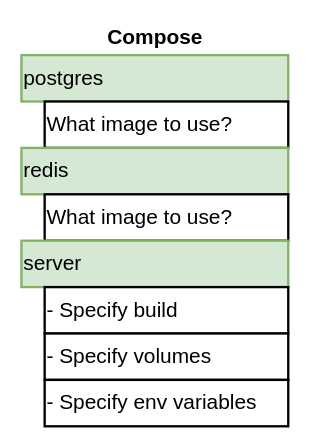
Earlier version of the draw.io diagram page "14 - compose" (13 of 18) of 07.Multi Container Deployment/diagrams.drawio (theAlpha06/Docker). Source tidied: cells renumbered, new cells numbered last; positions are measured from the earlier drawing's top-left corner, leaving out a move shared by most shapes. Both pictures are drawn from the tidied source at 116%, with x=0, y=0 at pixel (21, 20).
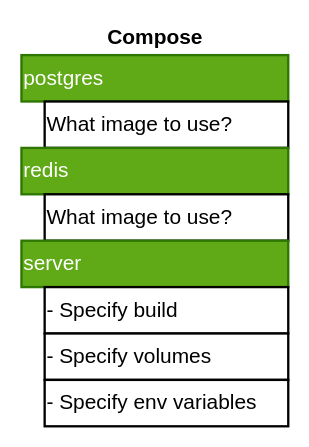
The same page after the edit.

Change to the diagram source:
```diff
@@
 <mxGraphModel background="#ffffff">
   <root>
     <mxCell id="0" />
     <mxCell id="1" parent="0" />
-    <mxCell id="2" value="postgres" style="rounded=0;whiteSpace=wrap;html=1;strokeWidth=2;fontSize=18;align=left;fillColor=#d5e8d4;strokeColor=#82b366;" parent="1" vertex="1">
+    <mxCell id="2" value="postgres" style="rounded=0;whiteSpace=wrap;html=1;strokeWidth=2;fontSize=18;align=left;fillColor=#60a917;strokeColor=#2D7600;fontColor=#ffffff;" parent="1" vertex="1">
       <mxGeometry y="30" width="230" height="40" as="geometry" />
     </mxCell>
     <mxCell id="3" value="Compose" style="text;html=1;strokeColor=none;fillColor=none;align=center;verticalAlign=middle;whiteSpace=wrap;rounded=0;fontSize=18;fontStyle=1;" parent="1" vertex="1">
       <mxGeometry x="62.5" width="105" height="30" as="geometry" />
     </mxCell>
     <mxCell id="4" value="What image to use?" style="rounded=0;whiteSpace=wrap;html=1;strokeWidth=2;fontSize=18;align=left;" parent="1" vertex="1">
       <mxGeometry x="20" y="70" width="210" height="40" as="geometry" />
     </mxCell>
-    <mxCell id="5" value="redis" style="rounded=0;whiteSpace=wrap;html=1;strokeWidth=2;fontSize=18;align=left;fillColor=#d5e8d4;strokeColor=#82b366;" parent="1" vertex="1">
+    <mxCell id="5" value="redis" style="rounded=0;whiteSpace=wrap;html=1;strokeWidth=2;fontSize=18;align=left;fillColor=#60a917;strokeColor=#2D7600;fontColor=#ffffff;" parent="1" vertex="1">
       <mxGeometry y="110" width="230" height="40" as="geometry" />
     </mxCell>
     <mxCell id="6" value="What image to use?" style="rounded=0;whiteSpace=wrap;html=1;strokeWidth=2;fontSize=18;align=left;" parent="1" vertex="1">
       <mxGeometry x="20" y="150" width="210" height="40" as="geometry" />
     </mxCell>
-    <mxCell id="7" value="server" style="rounded=0;whiteSpace=wrap;html=1;strokeWidth=2;fontSize=18;align=left;fillColor=#d5e8d4;strokeColor=#82b366;" parent="1" vertex="1">
+    <mxCell id="7" value="server" style="rounded=0;whiteSpace=wrap;html=1;strokeWidth=2;fontSize=18;align=left;fillColor=#60a917;strokeColor=#2D7600;fontColor=#ffffff;" parent="1" vertex="1">
       <mxGeometry y="190" width="230" height="40" as="geometry" />
     </mxCell>
     <mxCell id="8" value="- Specify build" style="rounded=0;whiteSpace=wrap;html=1;strokeWidth=2;fontSize=18;align=left;" parent="1" vertex="1">
       <mxGeometry x="20" y="230" width="210" height="40" as="geometry" />
     </mxCell>
     <mxCell id="9" value="- Specify volumes" style="rounded=0;whiteSpace=wrap;html=1;strokeWidth=2;fontSize=18;align=left;" parent="1" vertex="1">
       <mxGeometry x="20" y="270" width="210" height="40" as="geometry" />
     </mxCell>
     <mxCell id="10" value="- Specify env variables" style="rounded=0;whiteSpace=wrap;html=1;strokeWidth=2;fontSize=18;align=left;" parent="1" vertex="1">
       <mxGeometry x="20" y="310" width="210" height="40" as="geometry" />
     </mxCell>
   </root>
 </mxGraphModel>
```
